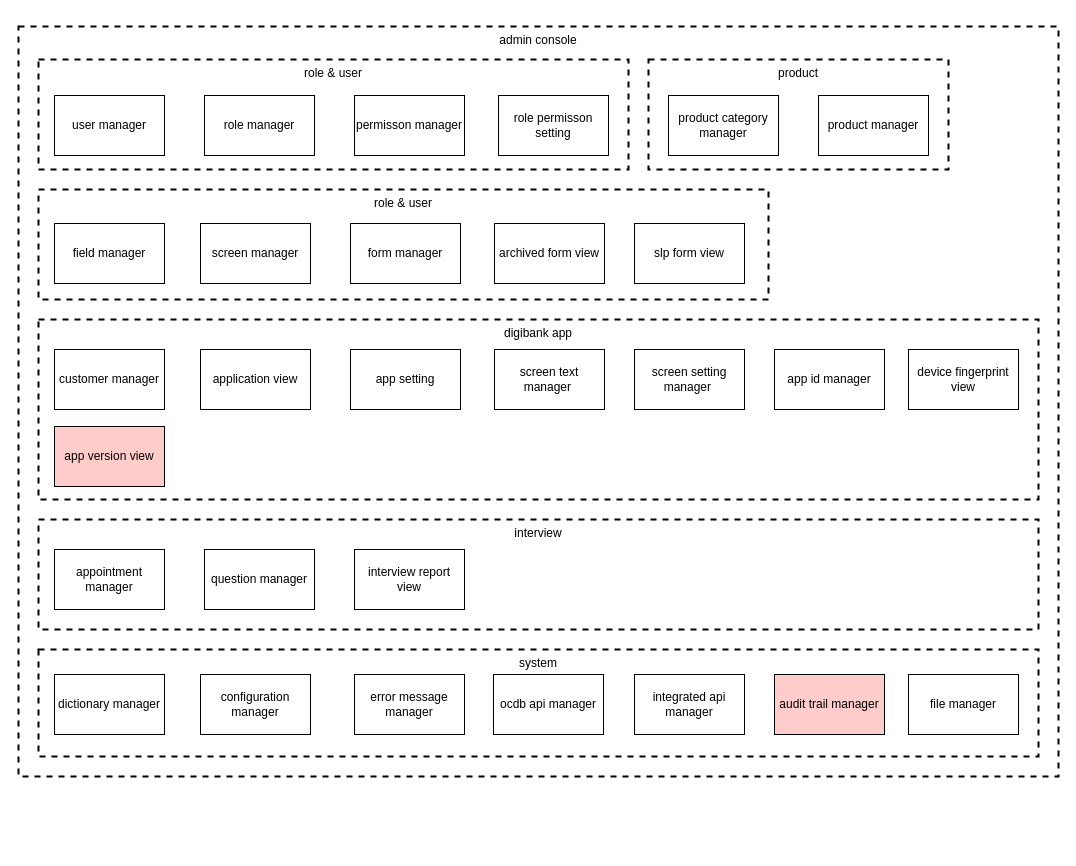
Earlier version of the draw.io diagram user/bussiness-stack-admin-console.drawio (jiangwu85/cloud-config-samples). Source tidied: cells renumbered, new cells numbered last; positions are measured from the earlier drawing's top-left corner, leaving out a move shared by most shapes. Both pictures are drawn from the tidied source at 100%, with x=0, y=0 at pixel (18, 26).
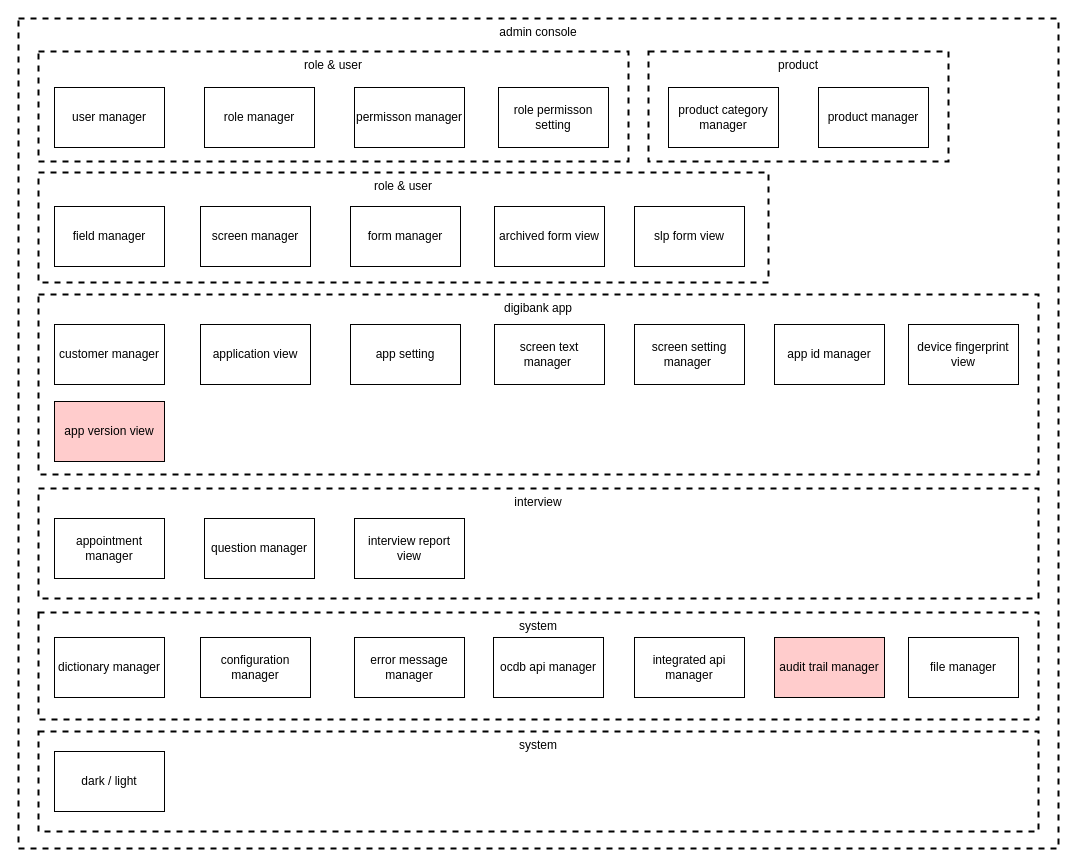
After the change.

Diff of the diagram source:
```diff
@@
     <mxCell id="2" value="&lt;span style=&quot;font-weight: 400;&quot;&gt;admin console&lt;/span&gt;" style="rounded=0;whiteSpace=wrap;html=1;dashed=1;strokeWidth=2;fillColor=none;verticalAlign=top;fontStyle=1;" parent="1" vertex="1">
-      <mxGeometry width="1040" height="750" as="geometry" />
+      <mxGeometry y="-8" width="1040" height="830" as="geometry" />
     </mxCell>
     <mxCell id="3" value="&lt;span style=&quot;font-weight: 400;&quot;&gt;role &amp;amp; user&lt;/span&gt;" style="rounded=0;whiteSpace=wrap;html=1;dashed=1;strokeWidth=2;fillColor=none;verticalAlign=top;fontStyle=1;" parent="1" vertex="1">
-      <mxGeometry x="20" y="33" width="590" height="110" as="geometry" />
+      <mxGeometry x="20" y="25" width="590" height="110" as="geometry" />
     </mxCell>
     <mxCell id="4" value="&lt;span style=&quot;font-weight: 400;&quot;&gt;role &amp;amp; user&lt;/span&gt;" style="rounded=0;whiteSpace=wrap;html=1;dashed=1;strokeWidth=2;fillColor=none;verticalAlign=top;fontStyle=1;" parent="1" vertex="1">
-      <mxGeometry x="20" y="163" width="730" height="110" as="geometry" />
+      <mxGeometry x="20" y="146" width="730" height="110" as="geometry" />
     </mxCell>
     <mxCell id="5" value="&lt;span style=&quot;font-weight: 400;&quot;&gt;digibank app&lt;/span&gt;" style="rounded=0;whiteSpace=wrap;html=1;dashed=1;strokeWidth=2;fillColor=none;verticalAlign=top;fontStyle=1;" parent="1" vertex="1">
-      <mxGeometry x="20" y="293" width="1000" height="180" as="geometry" />
+      <mxGeometry x="20" y="268" width="1000" height="180" as="geometry" />
     </mxCell>
     <mxCell id="6" value="&lt;span style=&quot;font-weight: 400;&quot;&gt;system&lt;/span&gt;" style="rounded=0;whiteSpace=wrap;html=1;dashed=1;strokeWidth=2;fillColor=none;verticalAlign=top;fontStyle=1;" parent="1" vertex="1">
-      <mxGeometry x="20" y="623" width="1000" height="107" as="geometry" />
+      <mxGeometry x="20" y="586" width="1000" height="107" as="geometry" />
     </mxCell>
     <mxCell id="7" value="&lt;span style=&quot;font-weight: 400;&quot;&gt;interview&lt;/span&gt;" style="rounded=0;whiteSpace=wrap;html=1;dashed=1;strokeWidth=2;fillColor=none;verticalAlign=top;fontStyle=1;" parent="1" vertex="1">
-      <mxGeometry x="20" y="493" width="1000" height="110" as="geometry" />
+      <mxGeometry x="20" y="462" width="1000" height="110" as="geometry" />
     </mxCell>
     <mxCell id="8" value="&lt;span style=&quot;font-weight: 400;&quot;&gt;product&lt;/span&gt;" style="rounded=0;whiteSpace=wrap;html=1;dashed=1;strokeWidth=2;fillColor=none;verticalAlign=top;fontStyle=1;" parent="1" vertex="1">
-      <mxGeometry x="630" y="33" width="300" height="110" as="geometry" />
+      <mxGeometry x="630" y="25" width="300" height="110" as="geometry" />
     </mxCell>
     <mxCell id="9" value="user manager" style="rounded=0;whiteSpace=wrap;html=1;fontColor=#000000;fillColor=none;" parent="1" vertex="1">
-      <mxGeometry x="36" y="69" width="110" height="60" as="geometry" />
+      <mxGeometry x="36" y="61" width="110" height="60" as="geometry" />
     </mxCell>
     <mxCell id="10" value="role manager" style="rounded=0;whiteSpace=wrap;html=1;fontColor=#000000;fillColor=none;" parent="1" vertex="1">
-      <mxGeometry x="186" y="69" width="110" height="60" as="geometry" />
+      <mxGeometry x="186" y="61" width="110" height="60" as="geometry" />
     </mxCell>
     <mxCell id="11" value="permisson manager" style="rounded=0;whiteSpace=wrap;html=1;fontColor=#000000;fillColor=none;" parent="1" vertex="1">
-      <mxGeometry x="336" y="69" width="110" height="60" as="geometry" />
+      <mxGeometry x="336" y="61" width="110" height="60" as="geometry" />
     </mxCell>
     <mxCell id="12" value="product category manager" style="rounded=0;whiteSpace=wrap;html=1;fontColor=#000000;fillColor=none;" parent="1" vertex="1">
-      <mxGeometry x="650" y="69" width="110" height="60" as="geometry" />
+      <mxGeometry x="650" y="61" width="110" height="60" as="geometry" />
     </mxCell>
     <mxCell id="13" value="product manager" style="rounded=0;whiteSpace=wrap;html=1;fontColor=#000000;fillColor=none;" parent="1" vertex="1">
-      <mxGeometry x="800" y="69" width="110" height="60" as="geometry" />
+      <mxGeometry x="800" y="61" width="110" height="60" as="geometry" />
     </mxCell>
     <mxCell id="14" value="field manager" style="rounded=0;whiteSpace=wrap;html=1;fontColor=#000000;fillColor=none;" parent="1" vertex="1">
-      <mxGeometry x="36" y="197" width="110" height="60" as="geometry" />
+      <mxGeometry x="36" y="180" width="110" height="60" as="geometry" />
     </mxCell>
     <mxCell id="15" value="archived form view" style="rounded=0;whiteSpace=wrap;html=1;fontColor=#000000;fillColor=none;" parent="1" vertex="1">
-      <mxGeometry x="476" y="197" width="110" height="60" as="geometry" />
+      <mxGeometry x="476" y="180" width="110" height="60" as="geometry" />
     </mxCell>
     <mxCell id="16" value="form manager" style="rounded=0;whiteSpace=wrap;html=1;fontColor=#000000;fillColor=none;" parent="1" vertex="1">
-      <mxGeometry x="332" y="197" width="110" height="60" as="geometry" />
+      <mxGeometry x="332" y="180" width="110" height="60" as="geometry" />
     </mxCell>
     <mxCell id="17" value="screen manager" style="rounded=0;whiteSpace=wrap;html=1;fontColor=#000000;fillColor=none;" parent="1" vertex="1">
-      <mxGeometry x="182" y="197" width="110" height="60" as="geometry" />
+      <mxGeometry x="182" y="180" width="110" height="60" as="geometry" />
     </mxCell>
     <mxCell id="18" value="slp form view" style="rounded=0;whiteSpace=wrap;html=1;fontColor=#000000;fillColor=none;" parent="1" vertex="1">
-      <mxGeometry x="616" y="197" width="110" height="60" as="geometry" />
+      <mxGeometry x="616" y="180" width="110" height="60" as="geometry" />
     </mxCell>
     <mxCell id="19" value="customer manager" style="rounded=0;whiteSpace=wrap;html=1;fontColor=#000000;fillColor=none;" parent="1" vertex="1">
-      <mxGeometry x="36" y="323" width="110" height="60" as="geometry" />
+      <mxGeometry x="36" y="298" width="110" height="60" as="geometry" />
     </mxCell>
     <mxCell id="20" value="application view" style="rounded=0;whiteSpace=wrap;html=1;fontColor=#000000;fillColor=none;" parent="1" vertex="1">
-      <mxGeometry x="182" y="323" width="110" height="60" as="geometry" />
+      <mxGeometry x="182" y="298" width="110" height="60" as="geometry" />
     </mxCell>
     <mxCell id="21" value="app setting" style="rounded=0;whiteSpace=wrap;html=1;fontColor=#000000;fillColor=none;" parent="1" vertex="1">
-      <mxGeometry x="332" y="323" width="110" height="60" as="geometry" />
+      <mxGeometry x="332" y="298" width="110" height="60" as="geometry" />
     </mxCell>
     <mxCell id="22" value="screen text manager&amp;nbsp;" style="rounded=0;whiteSpace=wrap;html=1;fontColor=#000000;fillColor=none;" parent="1" vertex="1">
-      <mxGeometry x="476" y="323" width="110" height="60" as="geometry" />
+      <mxGeometry x="476" y="298" width="110" height="60" as="geometry" />
     </mxCell>
     <mxCell id="23" value="screen setting manager&amp;nbsp;" style="rounded=0;whiteSpace=wrap;html=1;fontColor=#000000;fillColor=none;" parent="1" vertex="1">
-      <mxGeometry x="616" y="323" width="110" height="60" as="geometry" />
+      <mxGeometry x="616" y="298" width="110" height="60" as="geometry" />
     </mxCell>
     <mxCell id="24" value="app id manager" style="rounded=0;whiteSpace=wrap;html=1;fontColor=#000000;fillColor=none;" parent="1" vertex="1">
-      <mxGeometry x="756" y="323" width="110" height="60" as="geometry" />
+      <mxGeometry x="756" y="298" width="110" height="60" as="geometry" />
     </mxCell>
     <mxCell id="25" value="device fingerprint view" style="rounded=0;whiteSpace=wrap;html=1;fontColor=#000000;fillColor=none;" parent="1" vertex="1">
-      <mxGeometry x="890" y="323" width="110" height="60" as="geometry" />
+      <mxGeometry x="890" y="298" width="110" height="60" as="geometry" />
     </mxCell>
     <mxCell id="26" value="app version view" style="rounded=0;whiteSpace=wrap;html=1;fontColor=#000000;fillColor=#FFCCCC;" parent="1" vertex="1">
-      <mxGeometry x="36" y="400" width="110" height="60" as="geometry" />
+      <mxGeometry x="36" y="375" width="110" height="60" as="geometry" />
     </mxCell>
     <mxCell id="27" value="appointment manager" style="rounded=0;whiteSpace=wrap;html=1;fontColor=#000000;fillColor=none;" parent="1" vertex="1">
-      <mxGeometry x="36" y="523" width="110" height="60" as="geometry" />
+      <mxGeometry x="36" y="492" width="110" height="60" as="geometry" />
     </mxCell>
     <mxCell id="28" value="question manager" style="rounded=0;whiteSpace=wrap;html=1;fontColor=#000000;fillColor=none;" parent="1" vertex="1">
-      <mxGeometry x="186" y="523" width="110" height="60" as="geometry" />
+      <mxGeometry x="186" y="492" width="110" height="60" as="geometry" />
     </mxCell>
     <mxCell id="29" value="interview report view" style="rounded=0;whiteSpace=wrap;html=1;fontColor=#000000;fillColor=none;" parent="1" vertex="1">
-      <mxGeometry x="336" y="523" width="110" height="60" as="geometry" />
+      <mxGeometry x="336" y="492" width="110" height="60" as="geometry" />
     </mxCell>
     <mxCell id="30" value="dictionary manager" style="rounded=0;whiteSpace=wrap;html=1;fontColor=#000000;fillColor=none;" parent="1" vertex="1">
-      <mxGeometry x="36" y="648" width="110" height="60" as="geometry" />
+      <mxGeometry x="36" y="611" width="110" height="60" as="geometry" />
     </mxCell>
     <mxCell id="31" value="configuration manager" style="rounded=0;whiteSpace=wrap;html=1;fontColor=#000000;fillColor=none;" parent="1" vertex="1">
-      <mxGeometry x="182" y="648" width="110" height="60" as="geometry" />
+      <mxGeometry x="182" y="611" width="110" height="60" as="geometry" />
     </mxCell>
     <mxCell id="32" value="error message manager" style="rounded=0;whiteSpace=wrap;html=1;fontColor=#000000;fillColor=none;" parent="1" vertex="1">
-      <mxGeometry x="336" y="648" width="110" height="60" as="geometry" />
+      <mxGeometry x="336" y="611" width="110" height="60" as="geometry" />
     </mxCell>
     <mxCell id="33" value="ocdb api manager" style="rounded=0;whiteSpace=wrap;html=1;fontColor=#000000;fillColor=none;" parent="1" vertex="1">
-      <mxGeometry x="475" y="648" width="110" height="60" as="geometry" />
+      <mxGeometry x="475" y="611" width="110" height="60" as="geometry" />
     </mxCell>
     <mxCell id="34" value="integrated api manager" style="rounded=0;whiteSpace=wrap;html=1;fontColor=#000000;fillColor=none;" parent="1" vertex="1">
-      <mxGeometry x="616" y="648" width="110" height="60" as="geometry" />
+      <mxGeometry x="616" y="611" width="110" height="60" as="geometry" />
     </mxCell>
     <mxCell id="35" value="audit trail manager" style="rounded=0;whiteSpace=wrap;html=1;fontColor=#000000;fillColor=#FFCCCC;" parent="1" vertex="1">
-      <mxGeometry x="756" y="648" width="110" height="60" as="geometry" />
+      <mxGeometry x="756" y="611" width="110" height="60" as="geometry" />
     </mxCell>
     <mxCell id="36" value="file manager" style="rounded=0;whiteSpace=wrap;html=1;fontColor=#000000;fillColor=none;" parent="1" vertex="1">
-      <mxGeometry x="890" y="648" width="110" height="60" as="geometry" />
+      <mxGeometry x="890" y="611" width="110" height="60" as="geometry" />
     </mxCell>
     <mxCell id="37" value="role permisson setting" style="rounded=0;whiteSpace=wrap;html=1;fontColor=#000000;fillColor=none;" parent="1" vertex="1">
-      <mxGeometry x="480" y="69" width="110" height="60" as="geometry" />
+      <mxGeometry x="480" y="61" width="110" height="60" as="geometry" />
     </mxCell>
+    <mxCell id="38" value="&lt;span style=&quot;font-weight: 400;&quot;&gt;system&lt;/span&gt;" style="rounded=0;whiteSpace=wrap;html=1;dashed=1;strokeWidth=2;fillColor=none;verticalAlign=top;fontStyle=1;" parent="1" vertex="1">
+      <mxGeometry x="20" y="705" width="1000" height="100" as="geometry" />
+    </mxCell>
+    <mxCell id="39" value="dark / light" style="rounded=0;whiteSpace=wrap;html=1;fontColor=#000000;fillColor=none;" parent="1" vertex="1">
+      <mxGeometry x="36" y="725" width="110" height="60" as="geometry" />
+    </mxCell>
```
